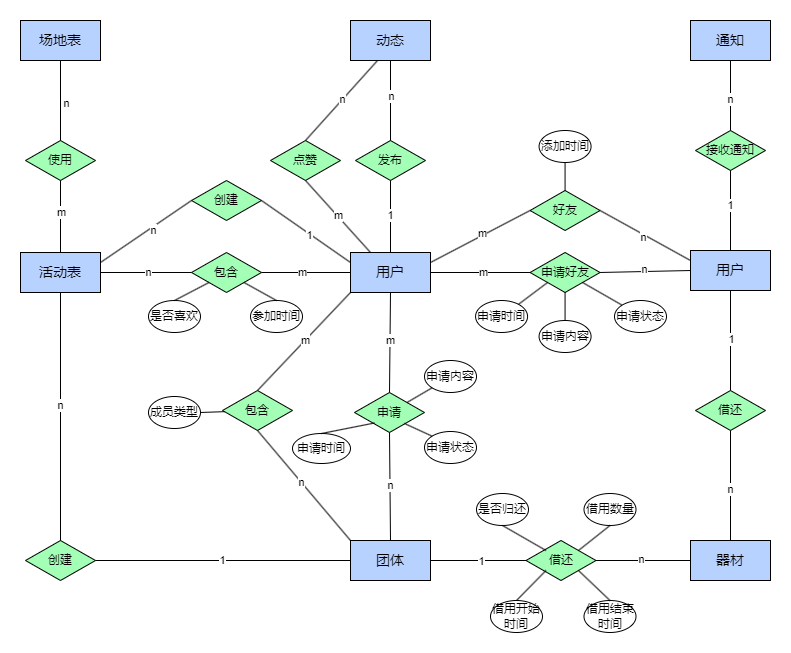
The draw.io diagram report/images/系统初步ER图.drawio.png in M4kiseKurisu/Sport-Managing-System, before a commit. Source tidied: cells renumbered, new cells last; positions are measured from the earlier drawing's top-left corner, leaving out a move shared by most shapes.
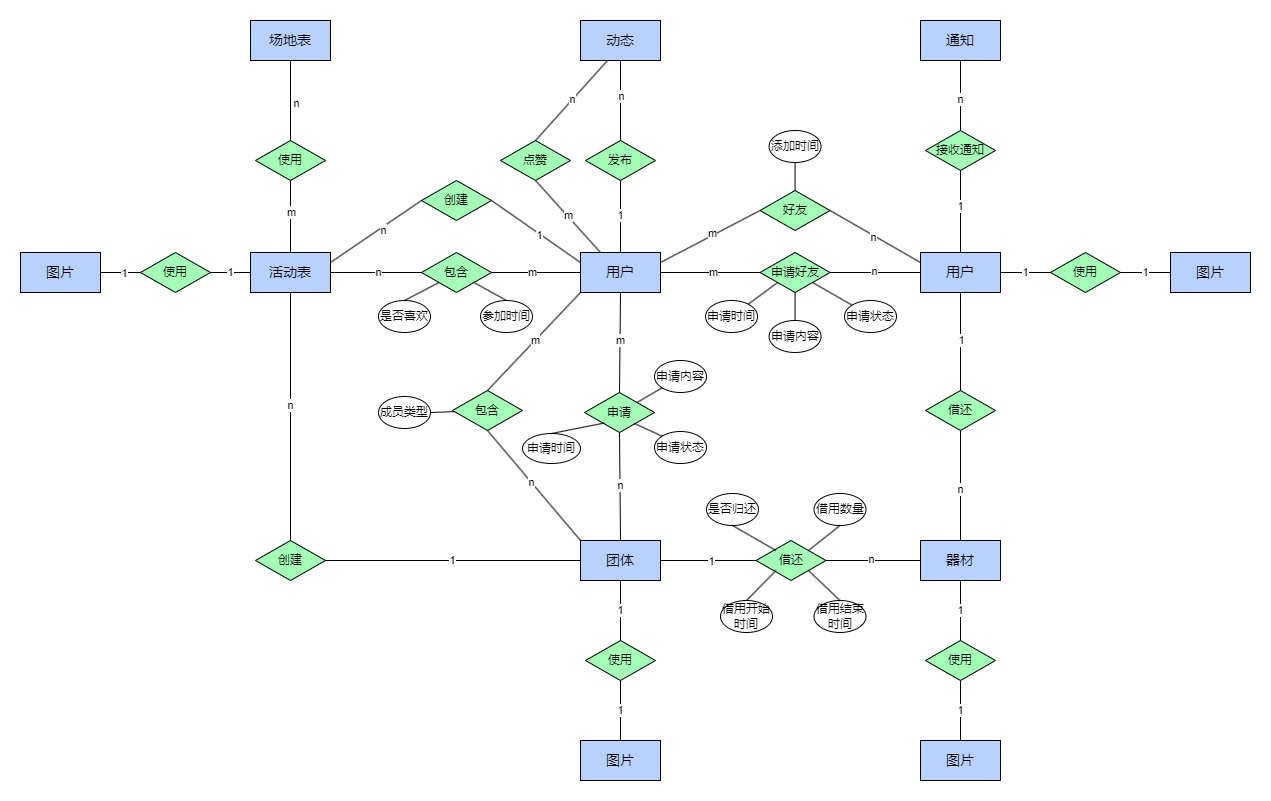
The same diagram one commit later.

Change to the diagram source:
```diff
@@ -160,7 +160,7 @@
       </mxGeometry>
     </mxCell>
     <mxCell id="47" value="&lt;font style=&quot;font-size: 14px;&quot;&gt;用户&lt;/font&gt;" style="rounded=0;whiteSpace=wrap;html=1;fillColor=#B8D2FF;" parent="1" vertex="1">
-      <mxGeometry x="670" y="230" width="80" height="40" as="geometry" />
+      <mxGeometry x="670" y="232" width="80" height="40" as="geometry" />
     </mxCell>
     <mxCell id="48" value="申请好友" style="rhombus;whiteSpace=wrap;html=1;fillColor=#A3FFB6;" parent="1" vertex="1">
       <mxGeometry x="509.6" y="232" width="70" height="40" as="geometry" />
@@ -191,8 +191,10 @@
         <mxPoint x="-1" y="-5" as="offset" />
       </mxGeometry>
     </mxCell>
-    <mxCell id="57" style="endArrow=none;html=1;rounded=0;entryX=0;entryY=0.5;entryDx=0;entryDy=0;exitX=1;exitY=0.5;exitDx=0;exitDy=0;" parent="1" edge="1" source="48" target="47">
-      <mxGeometry relative="1" as="geometry" />
+    <mxCell id="57" style="endArrow=none;html=1;rounded=0;entryX=0;entryY=0.5;entryDx=0;entryDy=0;exitX=1;exitY=0.5;exitDx=0;exitDy=0;" parent="1" edge="1" target="47">
+      <mxGeometry relative="1" as="geometry">
+        <mxPoint x="579.6" y="252" as="sourcePoint" />
+      </mxGeometry>
     </mxCell>
     <mxCell id="58" value="n" style="edgeLabel;html=1;align=center;verticalAlign=middle;" parent="57" vertex="1">
       <mxGeometry x="0.16" y="1" relative="1" as="geometry">
@@ -346,5 +348,61 @@
         <mxPoint x="-17" y="-3" as="offset" />
       </mxGeometry>
     </mxCell>
+    <mxCell id="104" value="&lt;font style=&quot;font-size: 14px;&quot;&gt;图片&lt;/font&gt;" style="rounded=0;whiteSpace=wrap;html=1;fillColor=#B8D2FF;" parent="1" vertex="1">
+      <mxGeometry x="920" y="232" width="80" height="40" as="geometry" />
+    </mxCell>
+    <mxCell id="105" value="&lt;font style=&quot;font-size: 14px;&quot;&gt;图片&lt;/font&gt;" style="rounded=0;whiteSpace=wrap;html=1;fillColor=#B8D2FF;" parent="1" vertex="1">
+      <mxGeometry x="670" y="720" width="80" height="40" as="geometry" />
+    </mxCell>
+    <mxCell id="106" value="&lt;font style=&quot;font-size: 14px;&quot;&gt;图片&lt;/font&gt;" style="rounded=0;whiteSpace=wrap;html=1;fillColor=#B8D2FF;" parent="1" vertex="1">
+      <mxGeometry x="-230" y="232" width="80" height="40" as="geometry" />
+    </mxCell>
+    <mxCell id="107" value="&lt;font style=&quot;font-size: 14px;&quot;&gt;图片&lt;/font&gt;" style="rounded=0;whiteSpace=wrap;html=1;fillColor=#B8D2FF;" parent="1" vertex="1">
+      <mxGeometry x="330" y="720" width="80" height="40" as="geometry" />
+    </mxCell>
+    <mxCell id="108" value="使用" style="rhombus;whiteSpace=wrap;html=1;fillColor=#A3FFB6;" parent="1" vertex="1">
+      <mxGeometry x="-110" y="232" width="70" height="40" as="geometry" />
+    </mxCell>
+    <mxCell id="109" value="使用" style="rhombus;whiteSpace=wrap;html=1;fillColor=#A3FFB6;" parent="1" vertex="1">
+      <mxGeometry x="335" y="620" width="70" height="40" as="geometry" />
+    </mxCell>
+    <mxCell id="110" value="使用" style="rhombus;whiteSpace=wrap;html=1;fillColor=#A3FFB6;" parent="1" vertex="1">
+      <mxGeometry x="675" y="620" width="70" height="40" as="geometry" />
+    </mxCell>
+    <mxCell id="111" value="使用" style="rhombus;whiteSpace=wrap;html=1;fillColor=#A3FFB6;" parent="1" vertex="1">
+      <mxGeometry x="800" y="232" width="70" height="40" as="geometry" />
+    </mxCell>
+    <mxCell id="112" style="endArrow=none;html=1;rounded=0;entryX=1;entryY=0.5;entryDx=0;entryDy=0;exitX=0;exitY=0.5;exitDx=0;exitDy=0;" parent="1" edge="1" source="108" target="106">
+      <mxGeometry relative="1" as="geometry" />
+    </mxCell>
+    <mxCell id="113" value="1" style="edgeLabel;html=1;align=center;verticalAlign=middle;" parent="112" vertex="1">
+      <mxGeometry x="-0.15" relative="1" as="geometry" />
+    </mxCell>
+    <mxCell id="114" style="endArrow=none;html=1;rounded=0;entryX=1;entryY=0.5;entryDx=0;entryDy=0;exitX=0;exitY=0.5;exitDx=0;exitDy=0;" parent="1" edge="1" source="78" target="108">
+      <mxGeometry relative="1" as="geometry" />
+    </mxCell>
+    <mxCell id="115" value="1" style="edgeLabel;html=1;align=center;verticalAlign=middle;" parent="114" vertex="1">
+      <mxGeometry x="-0.2" y="2" relative="1" as="geometry">
+        <mxPoint x="-5" y="-3" as="offset" />
+      </mxGeometry>
+    </mxCell>
+    <mxCell id="116" value="1" style="endArrow=none;html=1;rounded=0;entryX=0.5;entryY=0;entryDx=0;entryDy=0;exitX=0.5;exitY=1;exitDx=0;exitDy=0;" parent="1" edge="1" source="109" target="107">
+      <mxGeometry relative="1" as="geometry" />
+    </mxCell>
+    <mxCell id="117" value="1" style="endArrow=none;html=1;rounded=0;entryX=0.5;entryY=0;entryDx=0;entryDy=0;exitX=0.5;exitY=1;exitDx=0;exitDy=0;" parent="1" edge="1" source="9" target="109">
+      <mxGeometry relative="1" as="geometry" />
+    </mxCell>
+    <mxCell id="118" value="1" style="endArrow=none;html=1;rounded=0;entryX=0.5;entryY=0;entryDx=0;entryDy=0;exitX=0.5;exitY=1;exitDx=0;exitDy=0;" parent="1" edge="1" source="110" target="105">
+      <mxGeometry relative="1" as="geometry" />
+    </mxCell>
+    <mxCell id="119" value="1" style="endArrow=none;html=1;rounded=0;entryX=0.5;entryY=0;entryDx=0;entryDy=0;exitX=0.5;exitY=1;exitDx=0;exitDy=0;" parent="1" edge="1" source="28" target="110">
+      <mxGeometry relative="1" as="geometry" />
+    </mxCell>
+    <mxCell id="120" value="1" style="endArrow=none;html=1;rounded=0;entryX=0;entryY=0.5;entryDx=0;entryDy=0;exitX=1;exitY=0.5;exitDx=0;exitDy=0;" parent="1" edge="1" source="47" target="111">
+      <mxGeometry relative="1" as="geometry" />
+    </mxCell>
+    <mxCell id="121" value="1" style="endArrow=none;html=1;rounded=0;entryX=0;entryY=0.5;entryDx=0;entryDy=0;exitX=1;exitY=0.5;exitDx=0;exitDy=0;" parent="1" edge="1" source="111" target="104">
+      <mxGeometry relative="1" as="geometry" />
+    </mxCell>
   </root>
 </mxGraphModel>
```
